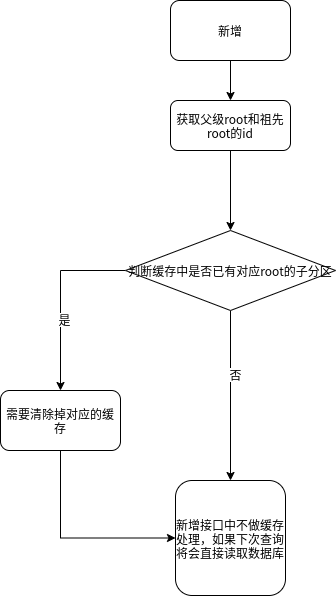
The draw.io diagram 省市区功能流程图.drawio.png in rayliu445/blogImage, before a commit. Source tidied: cells renumbered, new cells last; positions are measured from the earlier drawing's top-left corner, leaving out a move shared by most shapes.
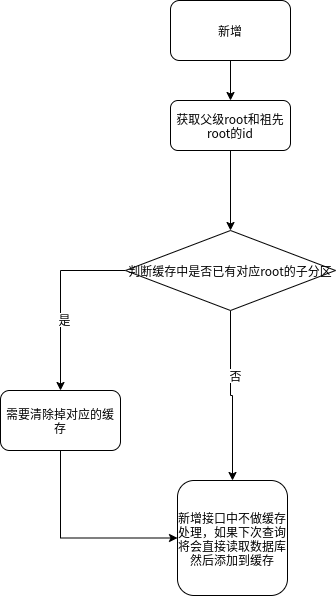
After the commit.

Commit message:
Update 省市区功能流程图.drawio.png

The edit, as a diff of the source:
```diff
@@ -35,8 +35,8 @@
     <mxCell id="12" value="需要清除掉对应的缓存" style="rounded=1;whiteSpace=wrap;html=1;" parent="1" vertex="1">
       <mxGeometry y="390" width="120" height="60" as="geometry" />
     </mxCell>
-    <mxCell id="13" value="新增接口中不做缓存处理，如果下次查询将会直接读取数据库" style="rounded=1;whiteSpace=wrap;html=1;" parent="1" vertex="1">
-      <mxGeometry x="175" y="480" width="110" height="115" as="geometry" />
+    <mxCell id="13" value="新增接口中不做缓存处理，如果下次查询将会直接读取数据库&lt;br&gt;然后添加到缓存" style="rounded=1;whiteSpace=wrap;html=1;" parent="1" vertex="1">
+      <mxGeometry x="177" y="480" width="110" height="115" as="geometry" />
     </mxCell>
   </root>
 </mxGraphModel>
```
